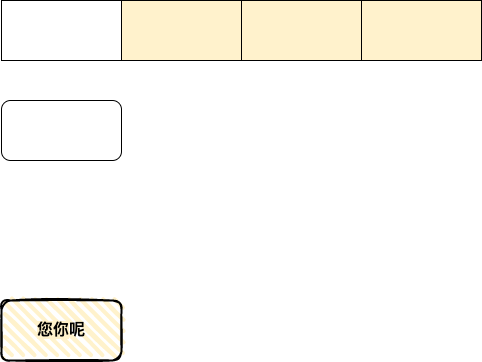
The draw.io diagram Untitled Diagram.png in tobrainto/ooo, before a commit. Source tidied: cells renumbered, new cells last; positions are measured from the earlier drawing's top-left corner, leaving out a move shared by most shapes.
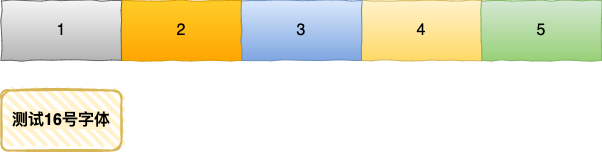
The same file after the commit.

Change to the diagram source:
```diff
@@ -2,23 +2,23 @@
   <root>
     <mxCell id="0" />
     <mxCell id="1" parent="0" />
-    <mxCell id="2" style="rounded=1;whiteSpace=wrap;html=1;" parent="1" vertex="1">
-      <mxGeometry y="100" width="120" height="60" as="geometry" />
-    </mxCell>
-    <mxCell id="3" value="&lt;font style=&quot;font-size: 16px;&quot;&gt;&lt;span style=&quot;font-size: 16px;&quot;&gt;&lt;span style=&quot;background-color: rgb(255, 242, 204); font-size: 16px;&quot;&gt;您你&lt;/span&gt;呢&lt;/span&gt;&lt;/font&gt;" style="rounded=1;whiteSpace=wrap;html=1;strokeWidth=2;fillWeight=4;hachureGap=8;hachureAngle=45;sketch=1;fillColor=#FFF2CC;fontSize=16;fontStyle=1;" parent="1" vertex="1">
-      <mxGeometry y="300" width="120" height="60" as="geometry" />
+    <mxCell id="3" value="&lt;span style=&quot;background-color: rgb(255 , 242 , 204)&quot;&gt;测试&lt;font style=&quot;font-size: 16px&quot;&gt;16号字体&lt;/font&gt;&lt;/span&gt;" style="rounded=1;whiteSpace=wrap;html=1;strokeWidth=2;fillWeight=4;hachureGap=8;hachureAngle=45;sketch=1;fontSize=16;fontStyle=1;strokeColor=#d6b656;fillColor=#fff2cc;" parent="1" vertex="1">
+      <mxGeometry y="90" width="120" height="60" as="geometry" />
     </mxCell>
-    <mxCell id="4" style="rounded=0;whiteSpace=wrap;html=1;fontSize=16;fillColor=none;" parent="1" vertex="1">
-      <mxGeometry width="120" height="60" as="geometry" />
-    </mxCell>
-    <mxCell id="5" style="rounded=0;whiteSpace=wrap;html=1;fontSize=16;fillColor=#FFF2CC;" parent="1" vertex="1">
+    <mxCell id="5" value="2" style="rounded=0;whiteSpace=wrap;html=1;fontSize=16;fillColor=#ffcd28;comic=1;gradientColor=#ffa500;strokeColor=#d79b00;" parent="1" vertex="1">
       <mxGeometry x="120" width="120" height="60" as="geometry" />
     </mxCell>
-    <mxCell id="6" style="rounded=0;whiteSpace=wrap;html=1;fontSize=16;fillColor=#FFF2CC;" parent="1" vertex="1">
+    <mxCell id="6" value="4" style="rounded=0;whiteSpace=wrap;html=1;fontSize=16;fillColor=#fff2cc;comic=1;gradientColor=#ffd966;strokeColor=#d6b656;" parent="1" vertex="1">
       <mxGeometry x="360" width="120" height="60" as="geometry" />
     </mxCell>
-    <mxCell id="7" style="rounded=0;whiteSpace=wrap;html=1;fontSize=16;fillColor=#FFF2CC;" parent="1" vertex="1">
+    <mxCell id="7" value="3" style="rounded=0;whiteSpace=wrap;html=1;fontSize=16;fillColor=#dae8fc;comic=1;gradientColor=#7ea6e0;strokeColor=#6c8ebf;" parent="1" vertex="1">
       <mxGeometry x="240" width="120" height="60" as="geometry" />
     </mxCell>
+    <mxCell id="8" value="1" style="rounded=0;whiteSpace=wrap;html=1;fontSize=16;fillColor=#f5f5f5;comic=1;gradientColor=#b3b3b3;strokeColor=#666666;" parent="1" vertex="1">
+      <mxGeometry width="120" height="60" as="geometry" />
+    </mxCell>
+    <mxCell id="9" value="5" style="rounded=0;whiteSpace=wrap;html=1;fontSize=16;fillColor=#d5e8d4;comic=1;strokeColor=#82b366;gradientColor=#97d077;" parent="1" vertex="1">
+      <mxGeometry x="480" width="120" height="60" as="geometry" />
+    </mxCell>
   </root>
 </mxGraphModel>
```
